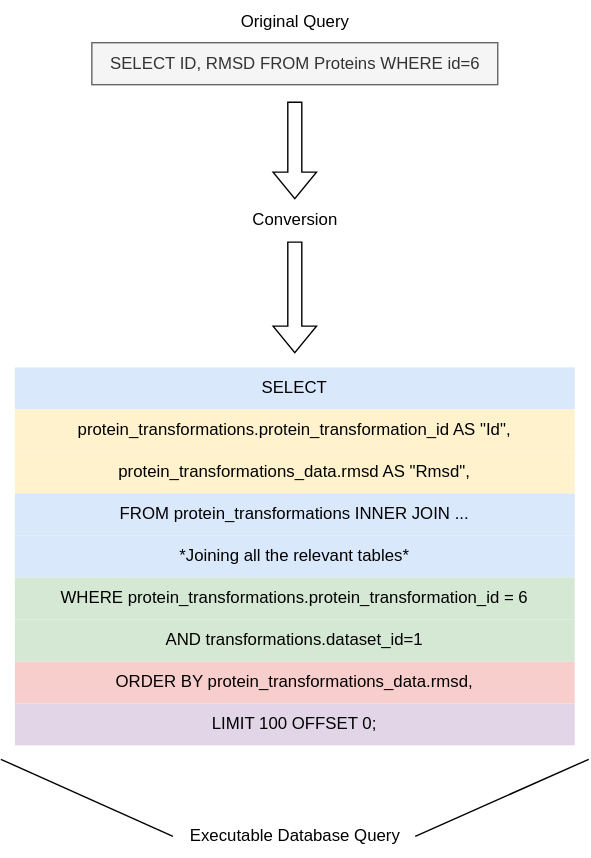
The draw.io diagram documentation/media/query-conversion.svg in skrhakv/ProteInspector, before a commit. Source tidied: cells renumbered, new cells last; positions are measured from the earlier drawing's top-left corner, leaving out a move shared by most shapes. Source of this version:
```xml
<mxGraphModel>
  <root>
    <mxCell id="0" />
    <mxCell id="1" parent="0" />
    <mxCell id="2" value="SELECT ID, RMSD FROM Proteins WHERE id=6" style="text;html=1;align=center;verticalAlign=middle;strokeColor=#666666;fillColor=#f5f5f5;fontColor=#333333;" parent="1" vertex="1">
      <mxGeometry x="65" y="30" width="290" height="30" as="geometry" />
    </mxCell>
    <mxCell id="3" style="shape=flexArrow;endArrow=none;startArrow=classic;html=1;rounded=0;endFill=0;" parent="1" edge="1" source="5">
      <mxGeometry relative="1" as="geometry">
        <mxPoint x="210" y="72" as="targetPoint" />
      </mxGeometry>
    </mxCell>
    <mxCell id="4" style="shape=flexArrow;endArrow=none;startArrow=classic;html=1;rounded=0;endFill=0;" parent="1" edge="1" target="5">
      <mxGeometry relative="1" as="geometry">
        <mxPoint x="210" y="252" as="sourcePoint" />
      </mxGeometry>
    </mxCell>
    <mxCell id="5" value="Conversion" style="text;html=1;align=center;verticalAlign=middle;points=[];strokeColor=none;fillColor=none;" parent="1" vertex="1">
      <mxGeometry x="170" y="142" width="80" height="30" as="geometry" />
    </mxCell>
    <mxCell id="6" value="SELECT " style="rounded=0;whiteSpace=wrap;html=1;fillColor=#dae8fc;strokeColor=none;spacingLeft=0;" parent="1" vertex="1">
      <mxGeometry x="10" y="262" width="400" height="30" as="geometry" />
    </mxCell>
    <mxCell id="7" value="protein_transformations.protein_transformation_id AS &quot;Id&quot;," style="rounded=0;whiteSpace=wrap;html=1;fillColor=#fff2cc;strokeColor=none;spacingLeft=0;" parent="1" vertex="1">
      <mxGeometry x="10" y="292" width="400" height="30" as="geometry" />
    </mxCell>
    <mxCell id="8" value="protein_transformations_data.rmsd AS &quot;Rmsd&quot;, " style="rounded=0;whiteSpace=wrap;html=1;fillColor=#fff2cc;strokeColor=none;spacingLeft=0;" parent="1" vertex="1">
      <mxGeometry x="10" y="322" width="400" height="30" as="geometry" />
    </mxCell>
    <mxCell id="9" value="FROM protein_transformations INNER JOIN ... " style="rounded=0;whiteSpace=wrap;html=1;fillColor=#dae8fc;strokeColor=none;spacingLeft=0;" parent="1" vertex="1">
      <mxGeometry x="10" y="352" width="400" height="30" as="geometry" />
    </mxCell>
    <mxCell id="10" value="*Joining all the relevant tables*" style="rounded=0;whiteSpace=wrap;html=1;fillColor=#dae8fc;strokeColor=none;spacingLeft=0;" parent="1" vertex="1">
      <mxGeometry x="10" y="382" width="400" height="30" as="geometry" />
    </mxCell>
    <mxCell id="11" value="LIMIT 100 OFFSET 0;" style="rounded=0;whiteSpace=wrap;html=1;fillColor=#e1d5e7;strokeColor=none;spacingLeft=0;" parent="1" vertex="1">
      <mxGeometry x="10" y="502" width="400" height="30" as="geometry" />
    </mxCell>
    <mxCell id="12" value="ORDER BY protein_transformations_data.rmsd, " style="rounded=0;whiteSpace=wrap;html=1;fillColor=#f8cecc;strokeColor=none;spacingLeft=0;" parent="1" vertex="1">
      <mxGeometry x="10" y="472" width="400" height="30" as="geometry" />
    </mxCell>
    <mxCell id="13" value="WHERE protein_transformations.protein_transformation_id = 6 " style="rounded=0;whiteSpace=wrap;html=1;fillColor=#d5e8d4;strokeColor=none;spacingLeft=0;" parent="1" vertex="1">
      <mxGeometry x="10" y="412" width="400" height="30" as="geometry" />
    </mxCell>
    <mxCell id="14" value="Original Query" style="text;html=1;align=center;verticalAlign=middle;strokeColor=none;fillColor=none;" parent="1" vertex="1">
      <mxGeometry x="160" width="100" height="30" as="geometry" />
    </mxCell>
    <mxCell id="15" style="rounded=0;jettySize=auto;html=1;endArrow=none;endFill=0;exitX=-0.012;exitY=0.5;exitDx=0;exitDy=0;exitPerimeter=0;" parent="1" edge="1" source="17">
      <mxGeometry relative="1" as="geometry">
        <mxPoint y="542" as="targetPoint" />
      </mxGeometry>
    </mxCell>
    <mxCell id="16" style="rounded=0;jettySize=auto;html=1;endArrow=none;endFill=0;exitX=1.006;exitY=0.5;exitDx=0;exitDy=0;exitPerimeter=0;" parent="1" edge="1" source="17">
      <mxGeometry relative="1" as="geometry">
        <mxPoint x="420" y="542" as="targetPoint" />
      </mxGeometry>
    </mxCell>
    <mxCell id="17" value="Executable Database Query" style="text;html=1;align=center;verticalAlign=middle;points=[];strokeColor=none;fillColor=none;" parent="1" vertex="1">
      <mxGeometry x="125" y="582" width="170" height="30" as="geometry" />
    </mxCell>
    <mxCell id="18" value=" AND transformations.dataset_id=1 " style="rounded=0;whiteSpace=wrap;html=1;fillColor=#d5e8d4;strokeColor=none;spacingLeft=0;" parent="1" vertex="1">
      <mxGeometry x="10" y="442" width="400" height="30" as="geometry" />
    </mxCell>
  </root>
</mxGraphModel>
```
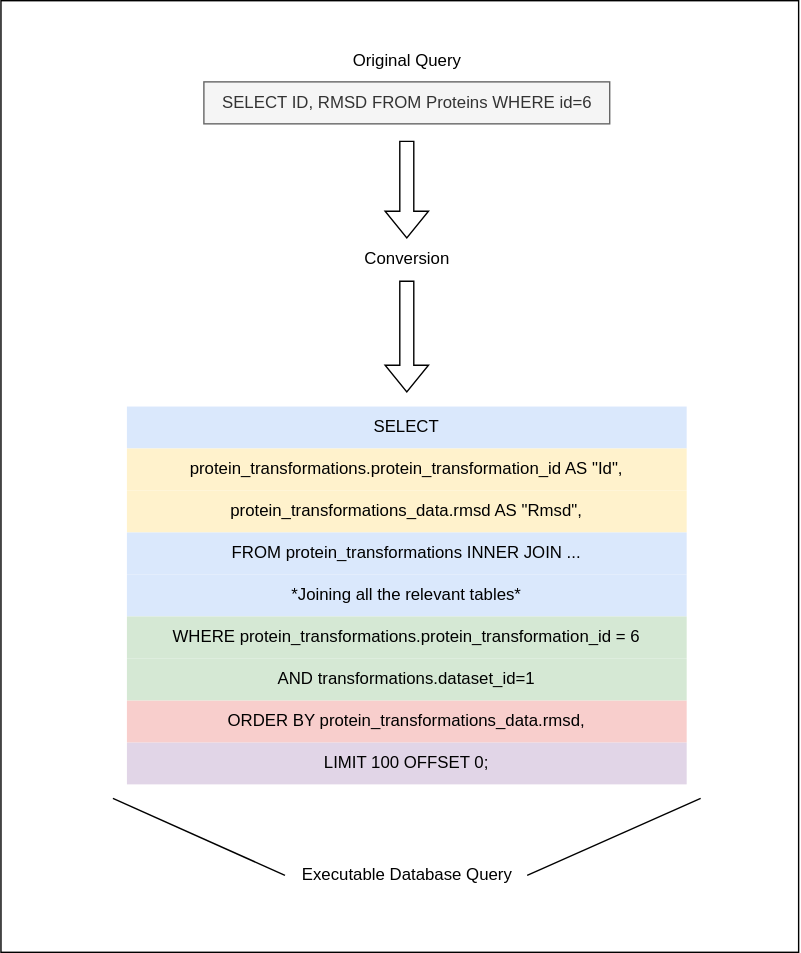
The same diagram one commit later.

Diff of the diagram source:
```diff
@@ -2,6 +2,9 @@
   <root>
     <mxCell id="0" />
     <mxCell id="1" parent="0" />
+    <mxCell id="19" style="rounded=0;whiteSpace=wrap;html=1;" parent="1" vertex="1">
+      <mxGeometry x="-80" y="-28" width="570" height="680" as="geometry" />
+    </mxCell>
     <mxCell id="2" value="SELECT ID, RMSD FROM Proteins WHERE id=6" style="text;html=1;align=center;verticalAlign=middle;strokeColor=#666666;fillColor=#f5f5f5;fontColor=#333333;" parent="1" vertex="1">
       <mxGeometry x="65" y="30" width="290" height="30" as="geometry" />
     </mxCell>
```
